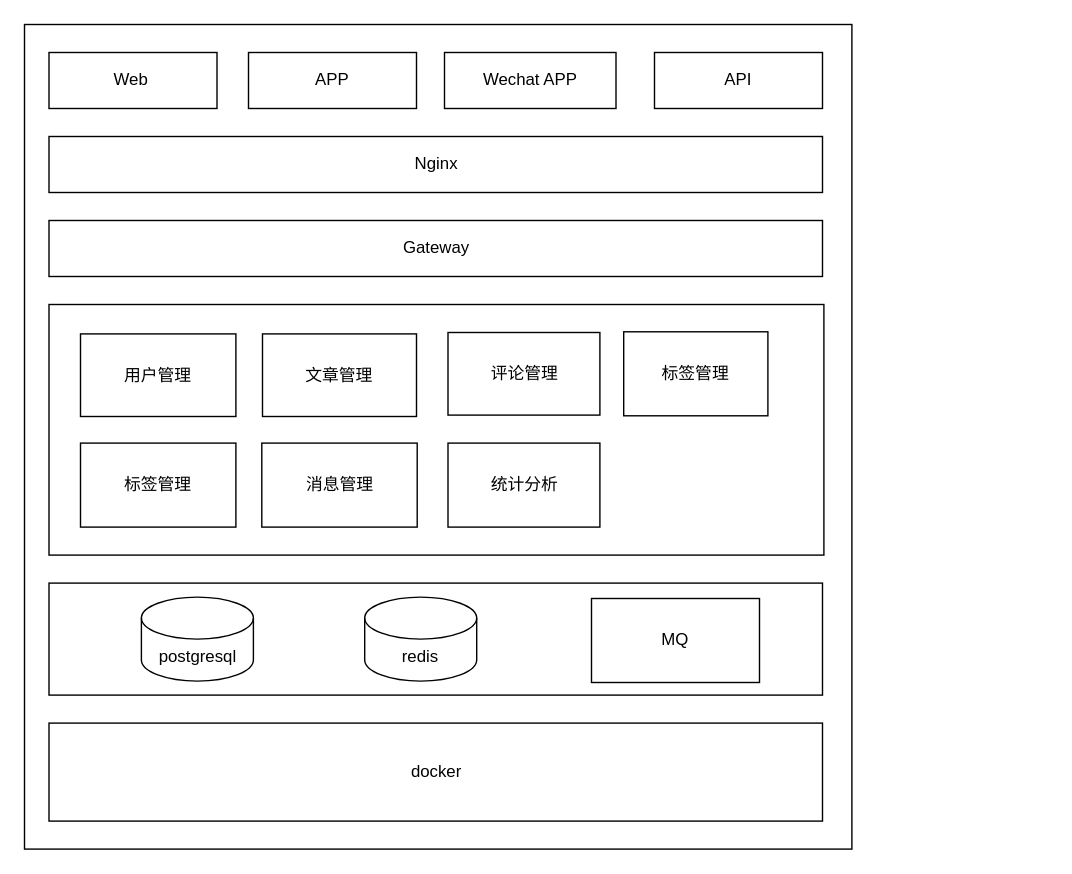
huyunzhen/diagrams keeps this draw.io diagram as funny_rock_blog.drawio. Above is the earlier version. Source tidied: cells renumbered, new cells numbered last; positions are measured from the earlier drawing's top-left corner, leaving out a move shared by most shapes. Both pictures are drawn from the tidied source at 140%, with x=0, y=0 at pixel (24, 24).
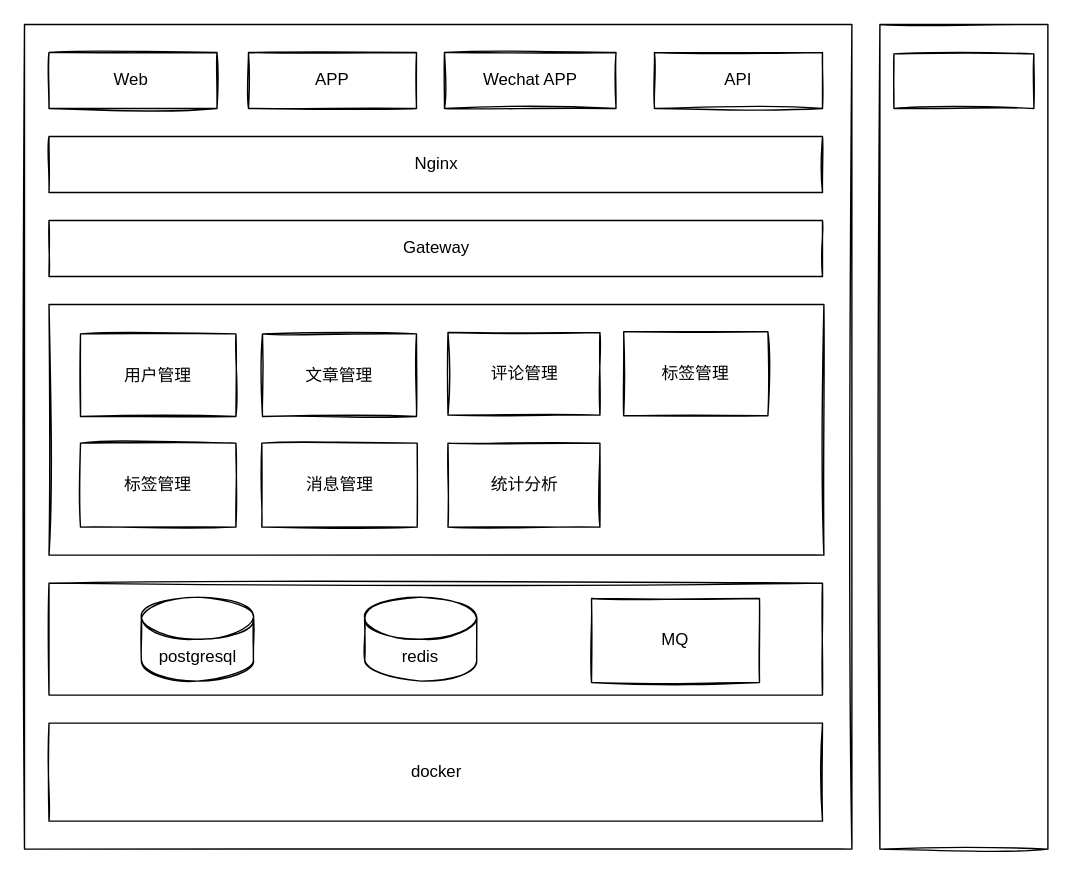
After the change.

Diff of the diagram source:
```diff
@@
-    <mxCell id="2" style="rounded=0;whiteSpace=wrap;html=1;gradientColor=none;fillColor=none;" parent="1" vertex="1">
+    <mxCell id="2" style="rounded=0;whiteSpace=wrap;html=1;sketch=1;shadow=0;" parent="1" vertex="1">
       <mxGeometry width="591" height="589" as="geometry" />
     </mxCell>
-    <mxCell id="3" style="rounded=0;whiteSpace=wrap;html=1;fillColor=none;gradientColor=none;" parent="1" vertex="1">
+    <mxCell id="3" style="rounded=0;whiteSpace=wrap;html=1;sketch=1;shadow=0;" parent="1" vertex="1">
       <mxGeometry x="17.5" y="200" width="553.5" height="179" as="geometry" />
     </mxCell>
-    <mxCell id="4" style="rounded=0;whiteSpace=wrap;html=1;fillColor=none;gradientColor=none;" parent="1" vertex="1">
+    <mxCell id="4" style="rounded=0;whiteSpace=wrap;html=1;sketch=1;shadow=0;" parent="1" vertex="1">
       <mxGeometry x="17.5" y="399" width="552.5" height="80" as="geometry" />
     </mxCell>
-    <mxCell id="5" value="docker" style="rounded=0;whiteSpace=wrap;html=1;" parent="1" vertex="1">
+    <mxCell id="5" value="docker" style="rounded=0;whiteSpace=wrap;html=1;sketch=1;shadow=0;" parent="1" vertex="1">
       <mxGeometry x="17.5" y="499" width="552.5" height="70" as="geometry" />
     </mxCell>
-    <mxCell id="6" value="postgresql" style="shape=cylinder3;whiteSpace=wrap;html=1;boundedLbl=1;backgroundOutline=1;size=15;fillColor=none;gradientColor=none;" parent="1" vertex="1">
+    <mxCell id="6" value="postgresql" style="shape=cylinder3;whiteSpace=wrap;html=1;boundedLbl=1;backgroundOutline=1;size=15;sketch=1;shadow=0;" parent="1" vertex="1">
       <mxGeometry x="83.5" y="409" width="80" height="60" as="geometry" />
     </mxCell>
-    <mxCell id="7" value="redis" style="shape=cylinder3;whiteSpace=wrap;html=1;boundedLbl=1;backgroundOutline=1;size=15;fillColor=none;gradientColor=none;" parent="1" vertex="1">
+    <mxCell id="7" value="redis" style="shape=cylinder3;whiteSpace=wrap;html=1;boundedLbl=1;backgroundOutline=1;size=15;sketch=1;shadow=0;" parent="1" vertex="1">
       <mxGeometry x="243" y="409" width="80" height="60" as="geometry" />
     </mxCell>
-    <mxCell id="8" value="Gateway" style="rounded=0;whiteSpace=wrap;html=1;fillColor=none;gradientColor=none;" parent="1" vertex="1">
+    <mxCell id="8" value="Gateway" style="rounded=0;whiteSpace=wrap;html=1;sketch=1;shadow=0;" parent="1" vertex="1">
       <mxGeometry x="17.5" y="140" width="552.5" height="40" as="geometry" />
     </mxCell>
-    <mxCell id="9" value="Web&amp;nbsp;" style="rounded=0;whiteSpace=wrap;html=1;fillColor=none;gradientColor=none;" parent="1" vertex="1">
+    <mxCell id="9" value="Web&amp;nbsp;" style="rounded=0;whiteSpace=wrap;html=1;sketch=1;shadow=0;" parent="1" vertex="1">
       <mxGeometry x="17.5" y="20" width="120" height="40" as="geometry" />
     </mxCell>
-    <mxCell id="10" value="APP" style="rounded=0;whiteSpace=wrap;html=1;fillColor=none;gradientColor=none;glass=0;" parent="1" vertex="1">
+    <mxCell id="10" value="APP" style="rounded=0;whiteSpace=wrap;html=1;glass=0;sketch=1;shadow=0;" parent="1" vertex="1">
       <mxGeometry x="160" y="20" width="120" height="40" as="geometry" />
     </mxCell>
-    <mxCell id="11" value="Nginx" style="rounded=0;whiteSpace=wrap;html=1;fillColor=none;gradientColor=none;" parent="1" vertex="1">
+    <mxCell id="11" value="Nginx" style="rounded=0;whiteSpace=wrap;html=1;sketch=1;shadow=0;" parent="1" vertex="1">
       <mxGeometry x="17.5" y="80" width="552.5" height="40" as="geometry" />
     </mxCell>
-    <mxCell id="12" value="API" style="rounded=0;whiteSpace=wrap;html=1;fillColor=none;gradientColor=none;" parent="1" vertex="1">
+    <mxCell id="12" value="API" style="rounded=0;whiteSpace=wrap;html=1;sketch=1;shadow=0;" parent="1" vertex="1">
       <mxGeometry x="450" y="20" width="120" height="40" as="geometry" />
     </mxCell>
-    <mxCell id="13" value="Wechat APP" style="rounded=0;whiteSpace=wrap;html=1;fillColor=none;gradientColor=none;" parent="1" vertex="1">
+    <mxCell id="13" value="Wechat APP" style="rounded=0;whiteSpace=wrap;html=1;sketch=1;shadow=0;" parent="1" vertex="1">
       <mxGeometry x="300" y="20" width="122.5" height="40" as="geometry" />
     </mxCell>
-    <mxCell id="14" value="用户管理" style="rounded=0;whiteSpace=wrap;html=1;fillColor=none;gradientColor=none;" parent="1" vertex="1">
+    <mxCell id="14" value="用户管理" style="rounded=0;whiteSpace=wrap;html=1;sketch=1;shadow=0;" parent="1" vertex="1">
       <mxGeometry x="40" y="221" width="111" height="59" as="geometry" />
     </mxCell>
-    <mxCell id="15" value="文章管理" style="rounded=0;whiteSpace=wrap;html=1;fillColor=none;gradientColor=none;" parent="1" vertex="1">
+    <mxCell id="15" value="文章管理" style="rounded=0;whiteSpace=wrap;html=1;sketch=1;shadow=0;" parent="1" vertex="1">
       <mxGeometry x="170" y="221" width="110" height="59" as="geometry" />
     </mxCell>
-    <mxCell id="16" value="评论管理" style="rounded=0;whiteSpace=wrap;html=1;fillColor=none;gradientColor=none;" parent="1" vertex="1">
+    <mxCell id="16" value="评论管理" style="rounded=0;whiteSpace=wrap;html=1;sketch=1;shadow=0;" parent="1" vertex="1">
       <mxGeometry x="302.5" y="220" width="108.5" height="59" as="geometry" />
     </mxCell>
-    <mxCell id="17" value="标签管理" style="rounded=0;whiteSpace=wrap;html=1;fillColor=none;gradientColor=none;" parent="1" vertex="1">
+    <mxCell id="17" value="标签管理" style="rounded=0;whiteSpace=wrap;html=1;sketch=1;shadow=0;" parent="1" vertex="1">
       <mxGeometry x="428" y="219.5" width="103" height="60" as="geometry" />
     </mxCell>
-    <mxCell id="18" value="标签管理" style="rounded=0;whiteSpace=wrap;html=1;fillColor=none;gradientColor=none;" parent="1" vertex="1">
+    <mxCell id="18" value="标签管理" style="rounded=0;whiteSpace=wrap;html=1;sketch=1;shadow=0;" parent="1" vertex="1">
       <mxGeometry x="40" y="299" width="111" height="60" as="geometry" />
     </mxCell>
-    <mxCell id="19" value="统计分析" style="rounded=0;whiteSpace=wrap;html=1;fillColor=none;gradientColor=none;" parent="1" vertex="1">
+    <mxCell id="19" value="统计分析" style="rounded=0;whiteSpace=wrap;html=1;sketch=1;shadow=0;" parent="1" vertex="1">
       <mxGeometry x="302.5" y="299" width="108.5" height="60" as="geometry" />
     </mxCell>
-    <mxCell id="20" value="消息管理" style="rounded=0;whiteSpace=wrap;html=1;fillColor=none;gradientColor=none;" parent="1" vertex="1">
+    <mxCell id="20" value="消息管理" style="rounded=0;whiteSpace=wrap;html=1;sketch=1;shadow=0;" parent="1" vertex="1">
       <mxGeometry x="169.5" y="299" width="111" height="60" as="geometry" />
     </mxCell>
-    <mxCell id="21" value="MQ" style="rounded=0;whiteSpace=wrap;html=1;glass=0;fillColor=none;gradientColor=none;" parent="1" vertex="1">
+    <mxCell id="21" value="MQ" style="rounded=0;whiteSpace=wrap;html=1;glass=0;sketch=1;shadow=0;" parent="1" vertex="1">
       <mxGeometry x="405" y="410" width="120" height="60" as="geometry" />
     </mxCell>
+    <mxCell id="22" style="rounded=0;whiteSpace=wrap;html=1;glass=0;sketch=1;shadow=0;" parent="1" vertex="1">
+      <mxGeometry x="611" width="120" height="589" as="geometry" />
+    </mxCell>
+    <mxCell id="23" style="rounded=0;whiteSpace=wrap;html=1;glass=0;sketch=1;shadow=0;" parent="1" vertex="1">
+      <mxGeometry x="621" y="21" width="100" height="39" as="geometry" />
+    </mxCell>
```
